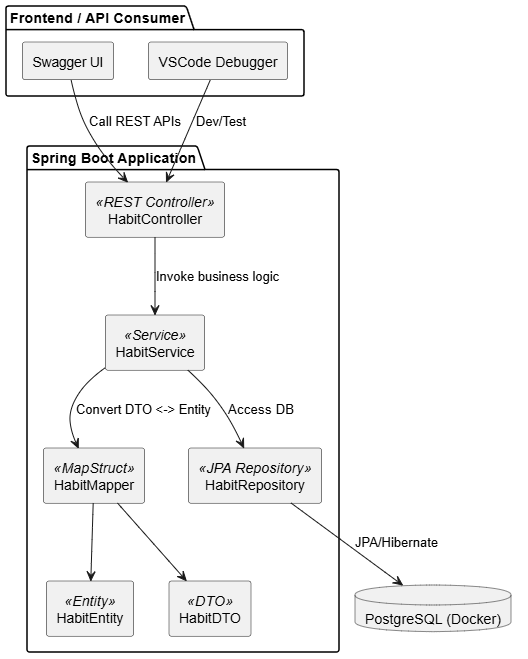
Above: docs/images/architecture.png in GuimaraesGus/habit-tracker (PlantUML), before the change. Its source is kept beside it as docs/architecture.puml. Source of this version:
```plantuml
@startuml HabitTrackerArchitecture

skinparam componentStyle rectangle

package "Frontend / API Consumer" {
    [Swagger UI]
    [VSCode Debugger]
}

package "Spring Boot Application" {
    [HabitController] <<REST Controller>>
    [HabitService] <<Service>>
    [HabitMapper] <<MapStruct>>
    [HabitRepository] <<JPA Repository>>
    [HabitEntity] <<Entity>>
    [HabitDTO] <<DTO>>
}

database "PostgreSQL (Docker)" as db

[Swagger UI] --> [HabitController] : Call REST APIs
[VSCode Debugger] --> [HabitController] : Dev/Test

[HabitController] --> [HabitService] : Invoke business logic
[HabitService] --> [HabitRepository] : Access DB
[HabitService] --> [HabitMapper] : Convert DTO <-> Entity

[HabitRepository] --> db : JPA/Hibernate
[HabitMapper] --> [HabitDTO]
[HabitMapper] --> [HabitEntity]

@enduml
```
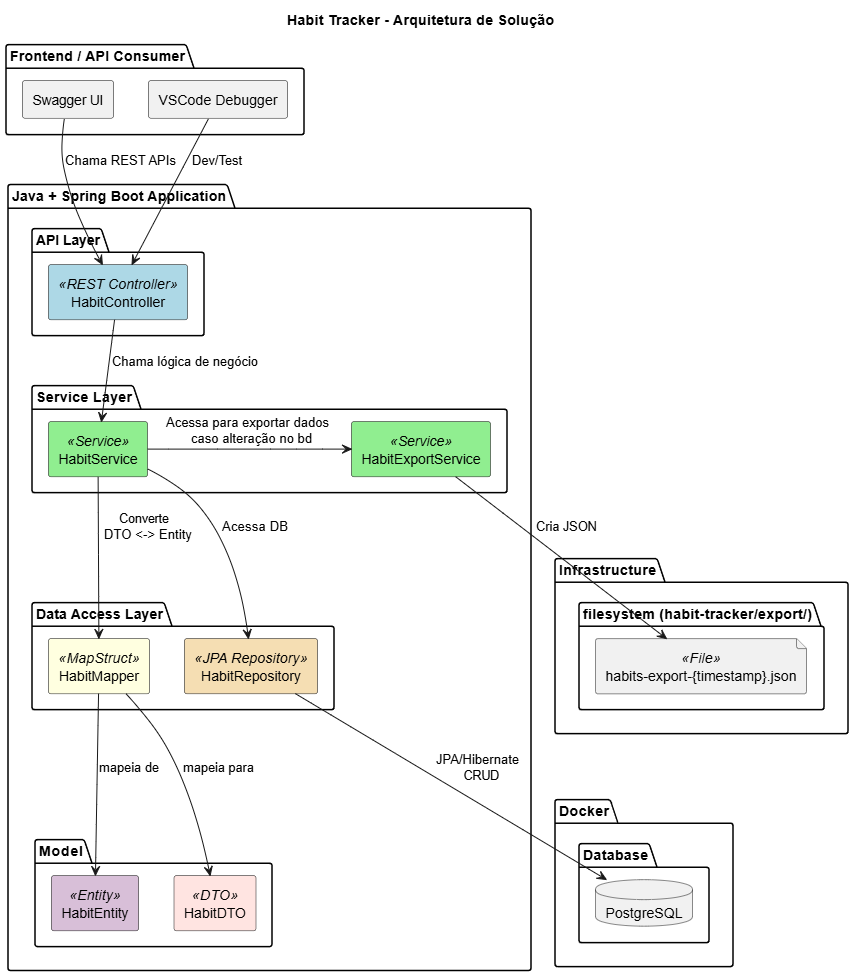
After the change.

What changed in the source:
```diff
@@ -1,32 +1,65 @@
 @startuml HabitTrackerArchitecture
 
-skinparam componentStyle rectangle
+title Habit Tracker - Arquitetura de Solução
+
+skinparam rectangle {
+  BackgroundColor<<REST Controller>> LightBlue
+  BackgroundColor<<Service>> LightGreen
+  BackgroundColor<<JPA Repository>> Wheat
+  BackgroundColor<<MapStruct>> LightYellow
+  BackgroundColor<<DTO>> MistyRose
+  BackgroundColor<<Entity>> Thistle
+}
 
 package "Frontend / API Consumer" {
-    [Swagger UI]
-    [VSCode Debugger]
+    rectangle "Swagger UI"
+    rectangle "VSCode Debugger"
 }
 
-package "Spring Boot Application" {
-    [HabitController] <<REST Controller>>
-    [HabitService] <<Service>>
-    [HabitMapper] <<MapStruct>>
-    [HabitRepository] <<JPA Repository>>
-    [HabitEntity] <<Entity>>
-    [HabitDTO] <<DTO>>
+package "Java + Spring Boot Application" {
+    package "API Layer" {
+        rectangle "HabitController" <<REST Controller>>
+    }
+
+    package "Service Layer" {
+        rectangle "HabitService" <<Service>>
+        rectangle "HabitExportService" <<Service>>
+    }
+
+    package "Data Access Layer" {
+        rectangle "HabitMapper" <<MapStruct>>
+        rectangle "HabitRepository" <<JPA Repository>>
+    }
+
+    package "Model" {
+        rectangle "HabitEntity" <<Entity>>
+        rectangle "HabitDTO" <<DTO>>
+    }
 }
 
-database "PostgreSQL (Docker)" as db
+package "Infrastructure" {
+    folder "filesystem (habit-tracker/export/)" {
+        file "habits-export-{timestamp}.json" <<File>>
+    }
+}
 
-[Swagger UI] --> [HabitController] : Call REST APIs
+package "Docker" {
+    package "Database" {
+        database "PostgreSQL" as db
+    }
+}
+
+[Swagger UI] --> [HabitController] : Chama REST APIs
 [VSCode Debugger] --> [HabitController] : Dev/Test
 
-[HabitController] --> [HabitService] : Invoke business logic
-[HabitService] --> [HabitRepository] : Access DB
-[HabitService] --> [HabitMapper] : Convert DTO <-> Entity
+[HabitController] --> [HabitService] : Chama lógica de negócio
+[HabitService] --> [HabitRepository] : Acessa DB
+[HabitService] --> [HabitMapper] : Converte \n DTO <-> Entity
+[HabitService] -> [HabitExportService] : Acessa para exportar dados \n caso alteração no bd
+[HabitExportService] --> "habits-export-{timestamp}.json" : Cria JSON
 
-[HabitRepository] --> db : JPA/Hibernate
-[HabitMapper] --> [HabitDTO]
-[HabitMapper] --> [HabitEntity]
+[HabitRepository] --> db : JPA/Hibernate \n CRUD
+[HabitMapper] --> [HabitDTO] : mapeia para
+[HabitMapper] --> [HabitEntity] : mapeia de
 
 @enduml
```
